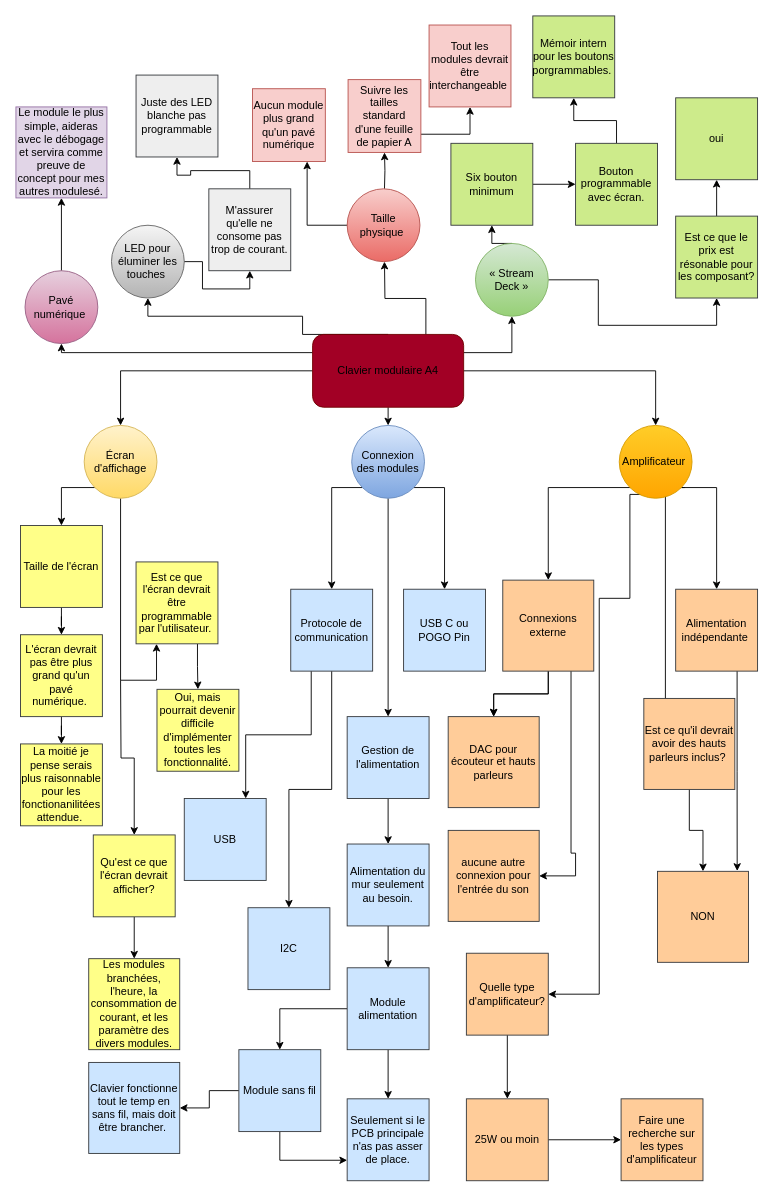
McJorts/Devoir keeps this draw.io diagram as A4.drawio. Above is the earlier version. Source tidied: cells renumbered, new cells numbered last; positions are measured from the earlier drawing's top-left corner, leaving out a move shared by most shapes. Both pictures are drawn from the tidied source at 91%, with x=0, y=0 at pixel (15, 15).
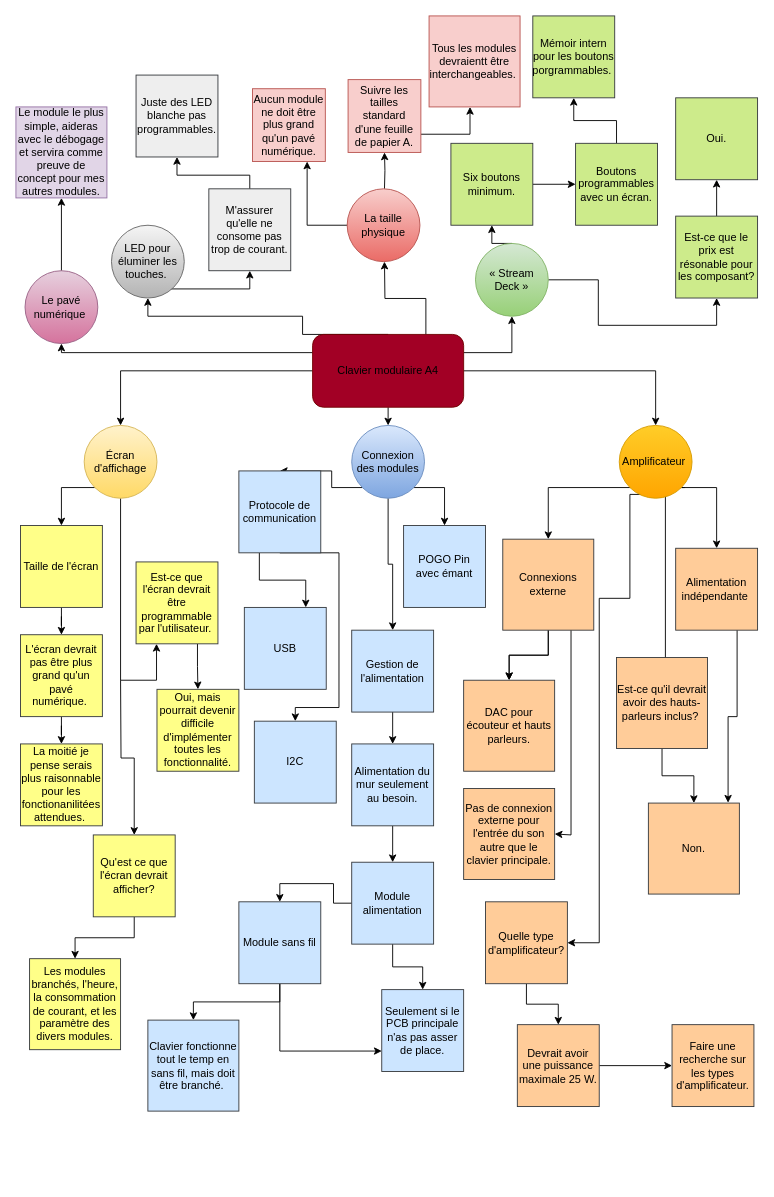
The same page after the edit.

Commit message (it also covers changes not shown here):
Mettre à jour A4.drawio

Unchanged cells that the change refers to:
```xml
<mxCell id="61" value="M'assurer qu'elle ne consome pas trop de courant." style="whiteSpace=wrap;html=1;fillColor=#eeeeee;strokeColor=#36393d;" parent="1" vertex="1">
  <mxGeometry x="212" y="190" width="90" height="90" as="geometry" />
</mxCell>
```

Diff of the diagram source:
```diff
@@
-    <mxCell id="6" value="Pavé numérique&amp;nbsp;" style="ellipse;whiteSpace=wrap;html=1;shapeInside=1;fillColor=#e6d0de;strokeColor=#996185;gradientColor=#d5739d;" parent="1" vertex="1">
+    <mxCell id="6" value="Le pavé numérique&amp;nbsp;" style="ellipse;whiteSpace=wrap;html=1;shapeInside=1;fillColor=#e6d0de;strokeColor=#996185;gradientColor=#d5739d;" parent="1" vertex="1">
       <mxGeometry x="10" y="280" width="80" height="80" as="geometry" />
     </mxCell>
@@
-    <mxCell id="17" style="edgeStyle=orthogonalEdgeStyle;rounded=0;orthogonalLoop=1;jettySize=auto;html=1;exitX=1;exitY=1;exitDx=0;exitDy=0;entryX=0.75;entryY=0;entryDx=0;entryDy=0;" parent="1" edge="1">
+    <mxCell id="17" style="edgeStyle=orthogonalEdgeStyle;rounded=0;jettySize=auto;html=1;exitX=1;exitY=1;exitDx=0;exitDy=0;entryX=0.228;entryY=0.004;entryDx=0;entryDy=0;entryPerimeter=0;" parent="1" edge="1" target="49">
       <mxGeometry relative="1" as="geometry">
         <mxPoint x="735" y="518.3" as="sourcePoint" />
-        <mxPoint x="713.7" y="780" as="targetPoint" />
         <Array as="points">
           <mxPoint x="713.7" y="518.3" />
+          <mxPoint x="713.7" y="710" />
+          <mxPoint x="682.8" y="710" />
         </Array>
       </mxGeometry>
     </mxCell>
@@
-    <mxCell id="28" value="&lt;div&gt;&lt;span style=&quot;background-color: transparent; color: light-dark(rgb(0, 0, 0), rgb(255, 255, 255));&quot;&gt;Est ce que l'écran devrait être programmable par l'utilisateur.&amp;nbsp;&lt;/span&gt;&lt;/div&gt;" style="whiteSpace=wrap;html=1;fillColor=#ffff88;strokeColor=#36393d;" parent="1" vertex="1">
+    <mxCell id="28" value="&lt;div&gt;&lt;span style=&quot;background-color: transparent; color: light-dark(rgb(0, 0, 0), rgb(255, 255, 255));&quot;&gt;Est-ce que l'écran devrait être programmable par l'utilisateur.&amp;nbsp;&lt;/span&gt;&lt;/div&gt;" style="whiteSpace=wrap;html=1;fillColor=#ffff88;strokeColor=#36393d;" parent="1" vertex="1">
       <mxGeometry x="132" y="600" width="90" height="90" as="geometry" />
     </mxCell>
@@
     <mxCell id="32" style="edgeStyle=orthogonalEdgeStyle;rounded=0;jettySize=auto;html=1;exitX=0.5;exitY=1;exitDx=0;exitDy=0;entryX=0.5;entryY=0;entryDx=0;entryDy=0;" parent="1" edge="1" source="33" target="71">
-      <mxGeometry relative="1" as="geometry" />
+      <mxGeometry relative="1" as="geometry">
+        <Array as="points">
+          <mxPoint x="355" y="590" />
+          <mxPoint x="355" y="760" />
+          <mxPoint x="307" y="760" />
+        </Array>
+      </mxGeometry>
     </mxCell>
     <mxCell id="33" value="Protocole de communication" style="whiteSpace=wrap;html=1;fillColor=#cce5ff;strokeColor=#36393d;" parent="1" vertex="1">
-      <mxGeometry x="302" y="630" width="90" height="90" as="geometry" />
+      <mxGeometry x="245" y="500" width="90" height="90" as="geometry" />
     </mxCell>
-    <mxCell id="34" value="USB C ou POGO Pin" style="whiteSpace=wrap;html=1;fillColor=#cce5ff;strokeColor=#36393d;" parent="1" vertex="1">
-      <mxGeometry x="426" y="630" width="90" height="90" as="geometry" />
+    <mxCell id="34" value="POGO Pin&lt;div&gt;avec émant&lt;/div&gt;" style="whiteSpace=wrap;html=1;fillColor=#cce5ff;strokeColor=#36393d;" parent="1" vertex="1">
+      <mxGeometry x="426" y="560" width="90" height="90" as="geometry" />
     </mxCell>
@@
     <mxCell id="36" value="Gestion de l'alimentation" style="whiteSpace=wrap;html=1;fillColor=#cce5ff;strokeColor=#36393d;" parent="1" vertex="1">
-      <mxGeometry x="364" y="770" width="90" height="90" as="geometry" />
+      <mxGeometry x="369" y="675" width="90" height="90" as="geometry" />
     </mxCell>
@@
     <mxCell id="38" value="Quelle type d'amplificateur?" style="whiteSpace=wrap;html=1;fillColor=#ffcc99;strokeColor=#36393d;" parent="1" vertex="1">
-      <mxGeometry x="495" y="1030" width="90" height="90" as="geometry" />
+      <mxGeometry x="516" y="973.5" width="90" height="90" as="geometry" />
     </mxCell>
@@
     <mxCell id="40" value="Alimentation indépendante&amp;nbsp;" style="whiteSpace=wrap;html=1;fillColor=#ffcc99;strokeColor=#36393d;" parent="1" vertex="1">
-      <mxGeometry x="725" y="630" width="90" height="90" as="geometry" />
+      <mxGeometry x="725" y="585" width="90" height="90" as="geometry" />
     </mxCell>
@@
     <mxCell id="43" style="edgeStyle=orthogonalEdgeStyle;rounded=0;jettySize=auto;html=1;exitX=0.75;exitY=1;exitDx=0;exitDy=0;entryX=1;entryY=0.5;entryDx=0;entryDy=0;" parent="1" edge="1" source="44" target="83">
       <mxGeometry relative="1" as="geometry">
         <Array as="points">
-          <mxPoint x="610" y="920" />
-          <mxPoint x="615" y="920" />
-          <mxPoint x="615" y="945" />
+          <mxPoint x="610" y="900" />
         </Array>
       </mxGeometry>
     </mxCell>
     <mxCell id="44" value="Connexions externe" style="whiteSpace=wrap;html=1;fillColor=#ffcc99;strokeColor=#36393d;" parent="1" vertex="1">
-      <mxGeometry x="535" y="620" width="100" height="100" as="geometry" />
+      <mxGeometry x="535" y="575" width="100" height="100" as="geometry" />
     </mxCell>
@@
-    <mxCell id="46" value="Bouton programmable avec écran." style="whiteSpace=wrap;html=1;fillColor=#cdeb8b;strokeColor=#36393d;" parent="1" vertex="1">
+    <mxCell id="46" value="Boutons programmables avec un écran." style="whiteSpace=wrap;html=1;fillColor=#cdeb8b;strokeColor=#36393d;" parent="1" vertex="1">
       <mxGeometry x="615" y="140" width="90" height="90" as="geometry" />
     </mxCell>
-    <mxCell id="47" value="Le module le plus simple, aideras avec le&amp;nbsp;débogage et servira comme preuve de concept pour mes autres modulesé." style="whiteSpace=wrap;html=1;fillColor=#e1d5e7;strokeColor=#9673a6;" parent="1" vertex="1">
+    <mxCell id="47" value="Le module le plus simple, aideras avec le&amp;nbsp;débogage et servira comme preuve de concept pour mes autres modules." style="whiteSpace=wrap;html=1;fillColor=#e1d5e7;strokeColor=#9673a6;" parent="1" vertex="1">
       <mxGeometry y="100" width="100" height="100" as="geometry" />
     </mxCell>
@@
-    <mxCell id="49" value="Est ce qu'il devrait avoir des hauts parleurs inclus?&amp;nbsp;" style="whiteSpace=wrap;html=1;fillColor=#ffcc99;strokeColor=#36393d;" parent="1" vertex="1">
-      <mxGeometry x="690" y="750" width="100" height="100" as="geometry" />
+    <mxCell id="49" value="Est-ce qu'il devrait avoir des hauts-parleurs inclus?&amp;nbsp;" style="whiteSpace=wrap;html=1;fillColor=#ffcc99;strokeColor=#36393d;" parent="1" vertex="1">
+      <mxGeometry x="660" y="705" width="100" height="100" as="geometry" />
     </mxCell>
@@
     <mxCell id="51" value="Alimentation du mur seulement au besoin." style="whiteSpace=wrap;html=1;fillColor=#cce5ff;strokeColor=#36393d;" parent="1" vertex="1">
-      <mxGeometry x="364" y="910" width="90" height="90" as="geometry" />
+      <mxGeometry x="369" y="800" width="90" height="90" as="geometry" />
     </mxCell>
@@
-    <mxCell id="54" value="Est ce que le prix est résonable pour les composant?" style="whiteSpace=wrap;html=1;fillColor=#cdeb8b;strokeColor=#36393d;" parent="1" vertex="1">
+    <mxCell id="54" value="Est-ce que le prix est résonable pour les composant?" style="whiteSpace=wrap;html=1;fillColor=#cdeb8b;strokeColor=#36393d;" parent="1" vertex="1">
       <mxGeometry x="725" y="220" width="90" height="90" as="geometry" />
     </mxCell>
@@
     <mxCell id="58" style="edgeStyle=orthogonalEdgeStyle;rounded=0;jettySize=auto;html=1;exitX=0.5;exitY=0;exitDx=0;exitDy=0;entryX=0.5;entryY=1;entryDx=0;entryDy=0;" parent="1" edge="1" source="59" target="61">
       <mxGeometry relative="1" as="geometry">
         <Array as="points">
-          <mxPoint x="145" y="270" />
-          <mxPoint x="205" y="270" />
-          <mxPoint x="205" y="300" />
+          <mxPoint x="145" y="300" />
           <mxPoint x="257" y="300" />
         </Array>
       </mxGeometry>
     </mxCell>
-    <mxCell id="59" value="LED pour éluminer les touches&amp;nbsp;" style="ellipse;whiteSpace=wrap;html=1;shapeInside=1;fillColor=#f5f5f5;strokeColor=#666666;gradientColor=#b3b3b3;" parent="1" vertex="1">
+    <mxCell id="59" value="LED pour éluminer les touches.&amp;nbsp;" style="ellipse;whiteSpace=wrap;html=1;shapeInside=1;fillColor=#f5f5f5;strokeColor=#666666;gradientColor=#b3b3b3;" parent="1" vertex="1">
       <mxGeometry x="105" y="230" width="80" height="80" as="geometry" />
     </mxCell>
     <mxCell id="60" style="edgeStyle=orthogonalEdgeStyle;rounded=0;jettySize=auto;html=1;" parent="1" edge="1" source="61" target="80">
-      <mxGeometry relative="1" as="geometry" />
+      <mxGeometry relative="1" as="geometry">
+        <Array as="points">
+          <mxPoint x="257" y="175" />
+          <mxPoint x="177" y="175" />
+        </Array>
+      </mxGeometry>
     </mxCell>
@@
-    <mxCell id="62" value="Les modules branchées, l'heure, la consommation de courant, et les paramètre des divers modules." style="whiteSpace=wrap;html=1;fillColor=#ffff88;strokeColor=#36393d;" parent="1" vertex="1">
-      <mxGeometry x="80" y="1036" width="100" height="100" as="geometry" />
+    <mxCell id="62" value="Les modules branchés, l'heure, la consommation de courant, et les paramètre des divers modules." style="whiteSpace=wrap;html=1;fillColor=#ffff88;strokeColor=#36393d;" parent="1" vertex="1">
+      <mxGeometry x="15" y="1036" width="100" height="100" as="geometry" />
     </mxCell>
@@
     <mxCell id="65" value="Module alimentation" style="whiteSpace=wrap;html=1;fillColor=#cce5ff;strokeColor=#36393d;" parent="1" vertex="1">
-      <mxGeometry x="364" y="1046" width="90" height="90" as="geometry" />
+      <mxGeometry x="369" y="930" width="90" height="90" as="geometry" />
     </mxCell>
@@
     <mxCell id="69" value="Seulement si le PCB principale n'as pas asser de place." style="whiteSpace=wrap;html=1;fillColor=#cce5ff;strokeColor=#36393d;" parent="1" vertex="1">
-      <mxGeometry x="364" y="1190" width="90" height="90" as="geometry" />
+      <mxGeometry x="402" y="1070" width="90" height="90" as="geometry" />
     </mxCell>
     <mxCell id="70" value="USB" style="whiteSpace=wrap;html=1;fillColor=#cce5ff;strokeColor=#36393d;" parent="1" vertex="1">
-      <mxGeometry x="185" y="860" width="90" height="90" as="geometry" />
+      <mxGeometry x="251" y="650" width="90" height="90" as="geometry" />
     </mxCell>
     <mxCell id="71" value="I2C" style="whiteSpace=wrap;html=1;fillColor=#cce5ff;strokeColor=#36393d;" parent="1" vertex="1">
-      <mxGeometry x="255" y="980" width="90" height="90" as="geometry" />
+      <mxGeometry x="262" y="775" width="90" height="90" as="geometry" />
     </mxCell>
@@
     <mxCell id="74" value="Module sans fil" style="whiteSpace=wrap;html=1;fillColor=#cce5ff;strokeColor=#36393d;" parent="1" vertex="1">
-      <mxGeometry x="245" y="1136" width="90" height="90" as="geometry" />
+      <mxGeometry x="245" y="973.5" width="90" height="90" as="geometry" />
     </mxCell>
@@
-    <mxCell id="76" value="Suivre les tailles standard d'une feuille de papier A" style="whiteSpace=wrap;html=1;fillColor=#f8cecc;strokeColor=#b85450;" parent="1" vertex="1">
+    <mxCell id="76" value="Suivre les tailles standard d'une feuille de papier A." style="whiteSpace=wrap;html=1;fillColor=#f8cecc;strokeColor=#b85450;" parent="1" vertex="1">
       <mxGeometry x="365" y="70" width="80" height="80" as="geometry" />
     </mxCell>
@@
-    <mxCell id="78" style="edgeStyle=orthogonalEdgeStyle;rounded=0;jettySize=auto;html=1;exitX=0;exitY=0.5;exitDx=0;exitDy=0;entryX=0.75;entryY=1;entryDx=0;entryDy=0;" parent="1" edge="1" target="88">
+    <mxCell id="78" style="edgeStyle=orthogonalEdgeStyle;rounded=0;orthogonalLoop=1;jettySize=auto;html=1;exitX=0;exitY=0.5;exitDx=0;exitDy=0;" parent="1" edge="1">
       <mxGeometry relative="1" as="geometry">
         <mxPoint x="365" y="230" as="sourcePoint" />
+        <mxPoint x="320" y="160" as="targetPoint" />
         <Array as="points">
           <mxPoint x="320" y="230" />
         </Array>
       </mxGeometry>
     </mxCell>
-    <mxCell id="79" value="La moitié je pense serais plus raisonnable pour les fonctionanilitées attendue.&amp;nbsp;" style="whiteSpace=wrap;html=1;fillColor=#ffff88;strokeColor=#36393d;" parent="1" vertex="1">
+    <mxCell id="79" value="La moitié je pense serais plus raisonnable pour les fonctionanilitées attendues.&amp;nbsp;" style="whiteSpace=wrap;html=1;fillColor=#ffff88;strokeColor=#36393d;" parent="1" vertex="1">
       <mxGeometry x="5" y="800" width="90" height="90" as="geometry" />
     </mxCell>
-    <mxCell id="80" value="Juste des LED blanche pas programmable" style="whiteSpace=wrap;html=1;fillColor=#eeeeee;strokeColor=#36393d;" parent="1" vertex="1">
+    <mxCell id="80" value="Juste des LED blanche pas programmables." style="whiteSpace=wrap;html=1;fillColor=#eeeeee;strokeColor=#36393d;" parent="1" vertex="1">
       <mxGeometry x="132" y="65" width="90" height="90" as="geometry" />
     </mxCell>
-    <mxCell id="81" value="DAC pour écouteur et hauts parleurs" style="whiteSpace=wrap;html=1;fillColor=#ffcc99;strokeColor=#36393d;" parent="1" vertex="1">
-      <mxGeometry x="475" y="770" width="100" height="100" as="geometry" />
+    <mxCell id="81" value="DAC pour écouteur et hauts parleurs." style="whiteSpace=wrap;html=1;fillColor=#ffcc99;strokeColor=#36393d;" parent="1" vertex="1">
+      <mxGeometry x="492" y="730" width="100" height="100" as="geometry" />
     </mxCell>
-    <mxCell id="82" value="NON" style="whiteSpace=wrap;html=1;fillColor=#ffcc99;strokeColor=#36393d;" parent="1" vertex="1">
-      <mxGeometry x="705" y="940" width="100" height="100" as="geometry" />
+    <mxCell id="82" value="Non." style="whiteSpace=wrap;html=1;fillColor=#ffcc99;strokeColor=#36393d;" parent="1" vertex="1">
+      <mxGeometry x="695" y="865" width="100" height="100" as="geometry" />
     </mxCell>
-    <mxCell id="83" value="aucune autre connexion pour l'entrée du son" style="whiteSpace=wrap;html=1;fillColor=#ffcc99;strokeColor=#36393d;" parent="1" vertex="1">
-      <mxGeometry x="475" y="895" width="100" height="100" as="geometry" />
+    <mxCell id="83" value="Pas de connexion externe pour l'entrée du son autre que le clavier principale." style="whiteSpace=wrap;html=1;fillColor=#ffcc99;strokeColor=#36393d;" parent="1" vertex="1">
+      <mxGeometry x="492" y="849" width="100" height="100" as="geometry" />
     </mxCell>
-    <mxCell id="84" value="oui" style="whiteSpace=wrap;html=1;fillColor=#cdeb8b;strokeColor=#36393d;" parent="1" vertex="1">
+    <mxCell id="84" value="Oui." style="whiteSpace=wrap;html=1;fillColor=#cdeb8b;strokeColor=#36393d;" parent="1" vertex="1">
       <mxGeometry x="725" y="90" width="90" height="90" as="geometry" />
     </mxCell>
@@
-    <mxCell id="86" value="Six bouton minimum" style="whiteSpace=wrap;html=1;fillColor=#cdeb8b;strokeColor=#36393d;" parent="1" vertex="1">
+    <mxCell id="86" value="Six boutons minimum." style="whiteSpace=wrap;html=1;fillColor=#cdeb8b;strokeColor=#36393d;" parent="1" vertex="1">
       <mxGeometry x="478" y="140" width="90" height="90" as="geometry" />
     </mxCell>
-    <mxCell id="87" value="Tout les modules devrait être interchangeable&amp;nbsp;" style="whiteSpace=wrap;html=1;fillColor=#f8cecc;strokeColor=#b85450;" parent="1" vertex="1">
-      <mxGeometry x="454" y="10" width="90" height="90" as="geometry" />
+    <mxCell id="87" value="Tous les modules devraientt être interchangeables.&amp;nbsp;" style="whiteSpace=wrap;html=1;fillColor=#f8cecc;strokeColor=#b85450;" parent="1" vertex="1">
+      <mxGeometry x="454" width="100" height="100" as="geometry" />
     </mxCell>
-    <mxCell id="88" value="Aucun module plus grand qu'un pavé numérique" style="whiteSpace=wrap;html=1;fillColor=#f8cecc;strokeColor=#b85450;" parent="1" vertex="1">
+    <mxCell id="88" value="Aucun module ne doit être plus grand qu'un pavé numérique." style="whiteSpace=wrap;html=1;fillColor=#f8cecc;strokeColor=#b85450;" parent="1" vertex="1">
       <mxGeometry x="260" y="80" width="80" height="80" as="geometry" />
     </mxCell>
-    <mxCell id="89" value="Taille physique&amp;nbsp;" style="ellipse;whiteSpace=wrap;html=1;shapeInside=1;fillColor=#f8cecc;gradientColor=#ea6b66;strokeColor=#b85450;" parent="1" vertex="1">
+    <mxCell id="89" value="La taille physique" style="ellipse;whiteSpace=wrap;html=1;shapeInside=1;fillColor=#f8cecc;gradientColor=#ea6b66;strokeColor=#b85450;" parent="1" vertex="1">
       <mxGeometry x="364" y="190" width="80" height="80" as="geometry" />
     </mxCell>
-    <mxCell id="90" value="Clavier fonctionne tout le temp en sans fil, mais doit être brancher.&amp;nbsp;" style="whiteSpace=wrap;html=1;fillColor=#cce5ff;strokeColor=#36393d;" parent="1" vertex="1">
-      <mxGeometry x="80" y="1150" width="100" height="100" as="geometry" />
+    <mxCell id="90" value="Clavier fonctionne tout le temp en sans fil, mais doit être branché.&amp;nbsp;" style="whiteSpace=wrap;html=1;fillColor=#cce5ff;strokeColor=#36393d;" parent="1" vertex="1">
+      <mxGeometry x="145" y="1103.5" width="100" height="100" as="geometry" />
     </mxCell>
@@
-    <mxCell id="92" value="25W ou moin" style="whiteSpace=wrap;html=1;fillColor=#ffcc99;strokeColor=#36393d;" parent="1" vertex="1">
-      <mxGeometry x="495" y="1190" width="90" height="90" as="geometry" />
+    <mxCell id="92" value="Devrait avoir une puissance maximale 25 W." style="whiteSpace=wrap;html=1;fillColor=#ffcc99;strokeColor=#36393d;" parent="1" vertex="1">
+      <mxGeometry x="551" y="1108.5" width="90" height="90" as="geometry" />
     </mxCell>
-    <mxCell id="93" value="Faire une recherche sur les types d'amplificateur" style="whiteSpace=wrap;html=1;fillColor=#ffcc99;strokeColor=#36393d;" parent="1" vertex="1">
-      <mxGeometry x="665" y="1190" width="90" height="90" as="geometry" />
+    <mxCell id="93" value="Faire une recherche sur les types d'amplificateur." style="whiteSpace=wrap;html=1;fillColor=#ffcc99;strokeColor=#36393d;" parent="1" vertex="1">
+      <mxGeometry x="721" y="1108.5" width="90" height="90" as="geometry" />
     </mxCell>
```
